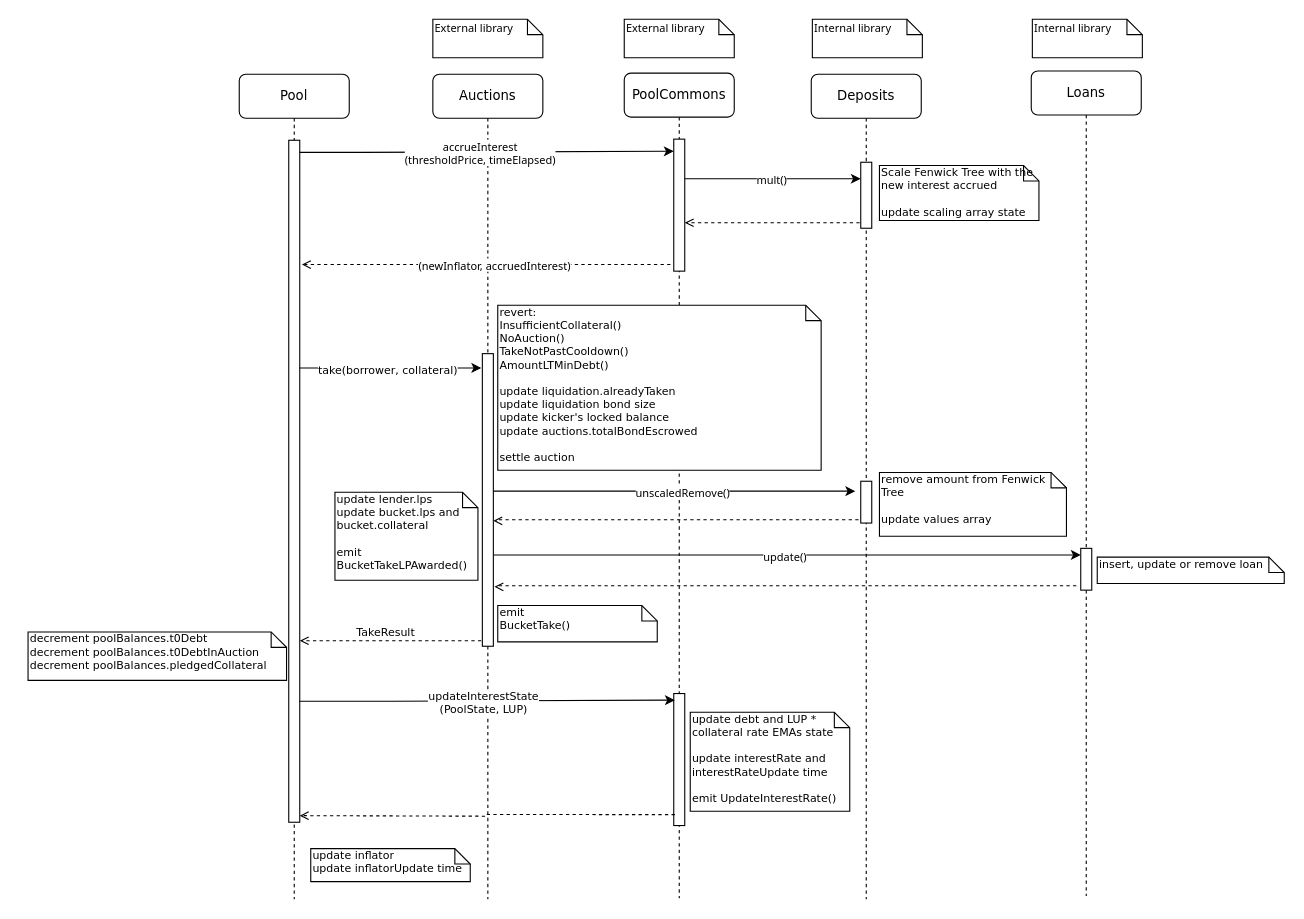
This is docs/drawio/bucketTake.drawio from ajna-finance/ajna-core, a draw.io file, before an edit. Source tidied: cells renumbered, new cells numbered last; positions are measured from the earlier drawing's top-left corner, leaving out a move shared by most shapes. Both pictures are drawn from the tidied source at 110%, with x=0, y=0 at pixel (28, 19).
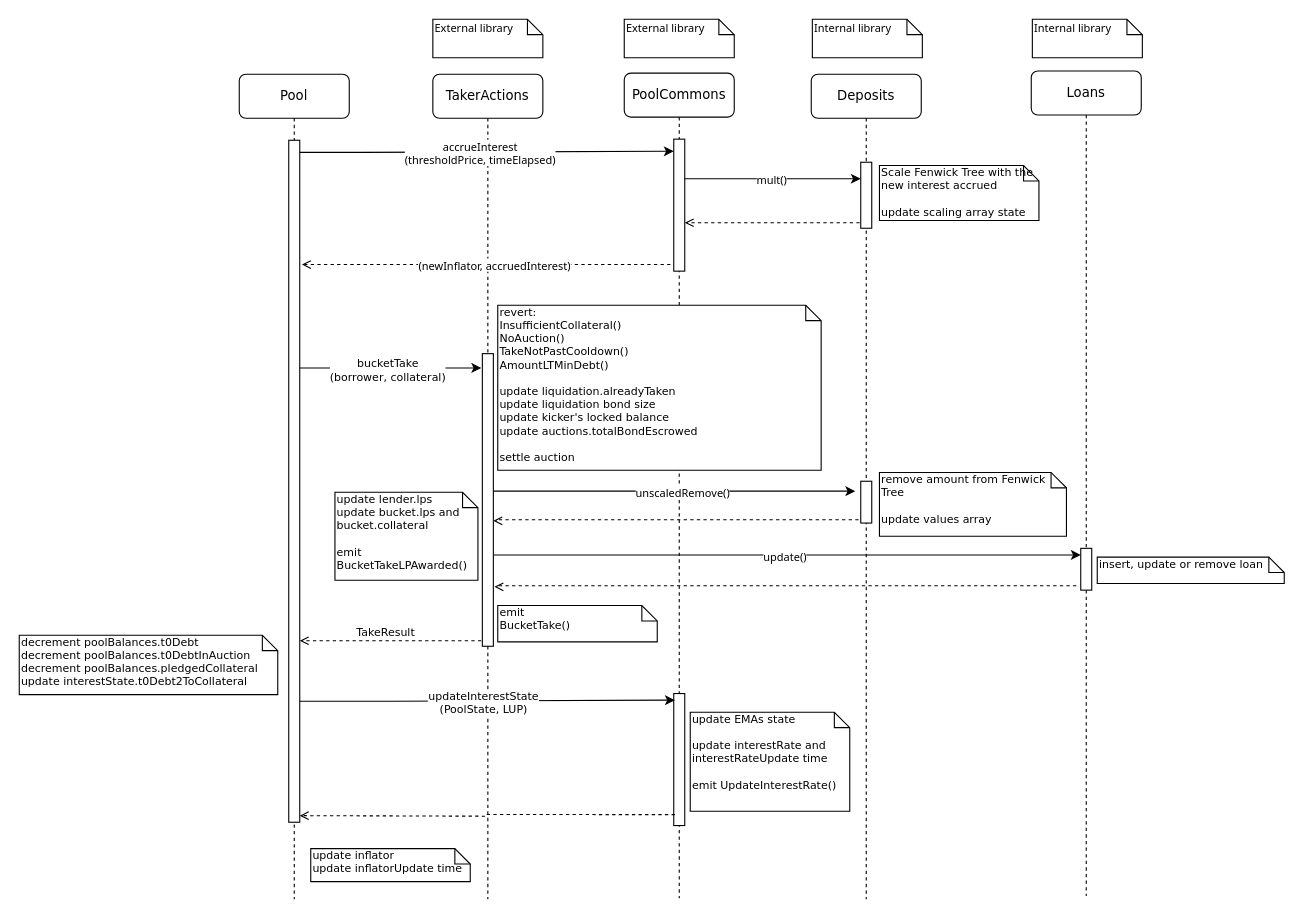
The same diagram, later.

The change refers to these unchanged cells:
```xml
<mxCell id="24" style="edgeStyle=orthogonalEdgeStyle;rounded=0;orthogonalLoop=1;jettySize=auto;html=1;fontFamily=Verdana;fontSize=10;endArrow=classic;endFill=1;" parent="1" edge="1">
  <mxGeometry relative="1" as="geometry">
    <mxPoint x="247" y="317" as="sourcePoint" />
    <mxPoint x="412" y="317" as="targetPoint" />
    <Array as="points">
      <mxPoint x="282" y="317" />
      <mxPoint x="282" y="317" />
    </Array>
  </mxGeometry>
</mxCell>
```

The edit, as a diff of the source:
```diff
@@
-    <mxCell id="2" value="Auctions" style="shape=umlLifeline;perimeter=lifelinePerimeter;whiteSpace=wrap;html=1;rounded=1;shadow=0;comic=0;labelBackgroundColor=none;strokeWidth=1;fontFamily=Verdana;fontSize=12;align=center;" parent="1" vertex="1">
+    <mxCell id="2" value="TakerActions" style="shape=umlLifeline;perimeter=lifelinePerimeter;whiteSpace=wrap;html=1;rounded=1;shadow=0;comic=0;labelBackgroundColor=none;strokeWidth=1;fontFamily=Verdana;fontSize=12;align=center;" parent="1" vertex="1">
       <mxGeometry x="368" y="50" width="100" height="750" as="geometry" />
     </mxCell>
@@
-    <mxCell id="25" value="take(borrower, collateral)" style="edgeLabel;html=1;align=center;verticalAlign=middle;fontSize=10;fontFamily=Verdana;" parent="24" vertex="1">
+    <mxCell id="25" value="&lt;div&gt;bucketTake&lt;/div&gt;&lt;div&gt;(borrower, collateral)&lt;/div&gt;" style="edgeLabel;html=1;align=center;verticalAlign=middle;fontSize=10;fontFamily=Verdana;" parent="24" vertex="1">
       <mxGeometry x="-0.15" y="-2" relative="1" as="geometry">
         <mxPoint x="9" y="-1" as="offset" />
       </mxGeometry>
     </mxCell>
-    <mxCell id="26" value="decrement poolBalances.t0Debt&lt;br&gt;decrement poolBalances.t0DebtInAuction&lt;br&gt;decrement poolBalances.pledgedCollateral" style="shape=note;whiteSpace=wrap;html=1;size=14;verticalAlign=top;align=left;spacingTop=-6;rounded=0;shadow=0;comic=0;labelBackgroundColor=none;strokeWidth=1;fontFamily=Verdana;fontSize=10;" parent="1" vertex="1">
-      <mxGeometry y="557" width="235" height="44" as="geometry" />
-    </mxCell>
@@
-    <mxCell id="31" value="&lt;div&gt;update debt and LUP * collateral rate EMAs state&lt;/div&gt;&lt;div&gt;&lt;br&gt;&lt;/div&gt;&lt;div&gt;update interestRate and interestRateUpdate time&lt;br&gt;&lt;/div&gt;&lt;div&gt;&lt;br&gt;&lt;/div&gt;&lt;div&gt;emit UpdateInterestRate()&lt;br&gt;&lt;/div&gt;" style="shape=note;whiteSpace=wrap;html=1;size=14;verticalAlign=top;align=left;spacingTop=-6;rounded=0;shadow=0;comic=0;labelBackgroundColor=none;strokeWidth=1;fontFamily=Verdana;fontSize=10;" parent="1" vertex="1">
+    <mxCell id="31" value="&lt;div&gt;update EMAs state&lt;/div&gt;&lt;div&gt;&lt;br&gt;&lt;/div&gt;&lt;div&gt;update interestRate and interestRateUpdate time&lt;br&gt;&lt;/div&gt;&lt;div&gt;&lt;br&gt;&lt;/div&gt;&lt;div&gt;emit UpdateInterestRate()&lt;br&gt;&lt;/div&gt;" style="shape=note;whiteSpace=wrap;html=1;size=14;verticalAlign=top;align=left;spacingTop=-6;rounded=0;shadow=0;comic=0;labelBackgroundColor=none;strokeWidth=1;fontFamily=Verdana;fontSize=10;" parent="1" vertex="1">
       <mxGeometry x="602" y="630" width="145" height="90" as="geometry" />
     </mxCell>
@@
+    <mxCell id="47" value="decrement poolBalances.t0Debt&lt;br&gt;decrement poolBalances.t0DebtInAuction&lt;br&gt;&lt;div&gt;decrement poolBalances.pledgedCollateral&lt;/div&gt;&lt;div&gt;update interestState.t0Debt2ToCollateral&lt;br&gt;&lt;/div&gt;" style="shape=note;whiteSpace=wrap;html=1;size=14;verticalAlign=top;align=left;spacingTop=-6;rounded=0;shadow=0;comic=0;labelBackgroundColor=none;strokeWidth=1;fontFamily=Verdana;fontSize=10;" parent="1" vertex="1">
+      <mxGeometry x="-8" y="560" width="235" height="54" as="geometry" />
+    </mxCell>
```
